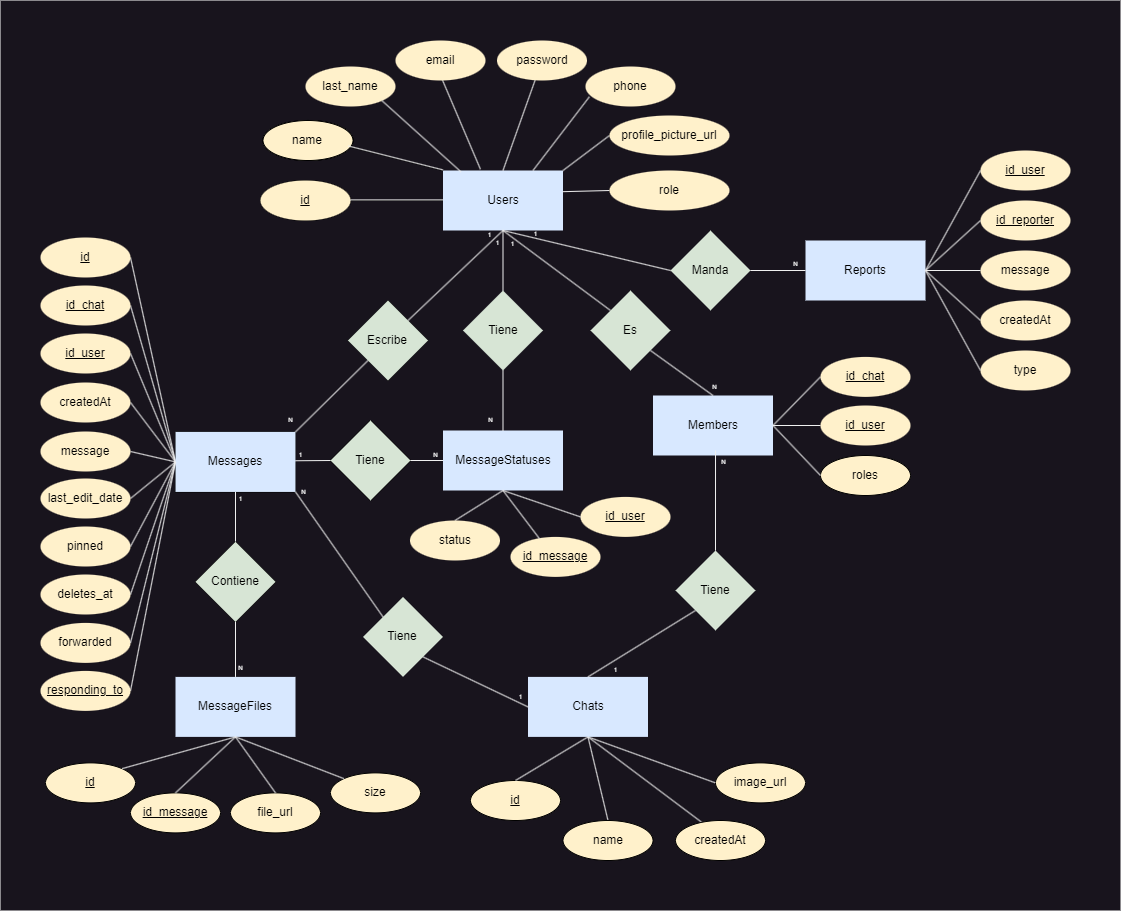
benjahuenchunir/React_Madrid_backend keeps this draw.io diagram as assets/ER-Model.png. Above is the earlier version. Source tidied: cells renumbered, new cells last; positions are measured from the earlier drawing's top-left corner, leaving out a move shared by most shapes.
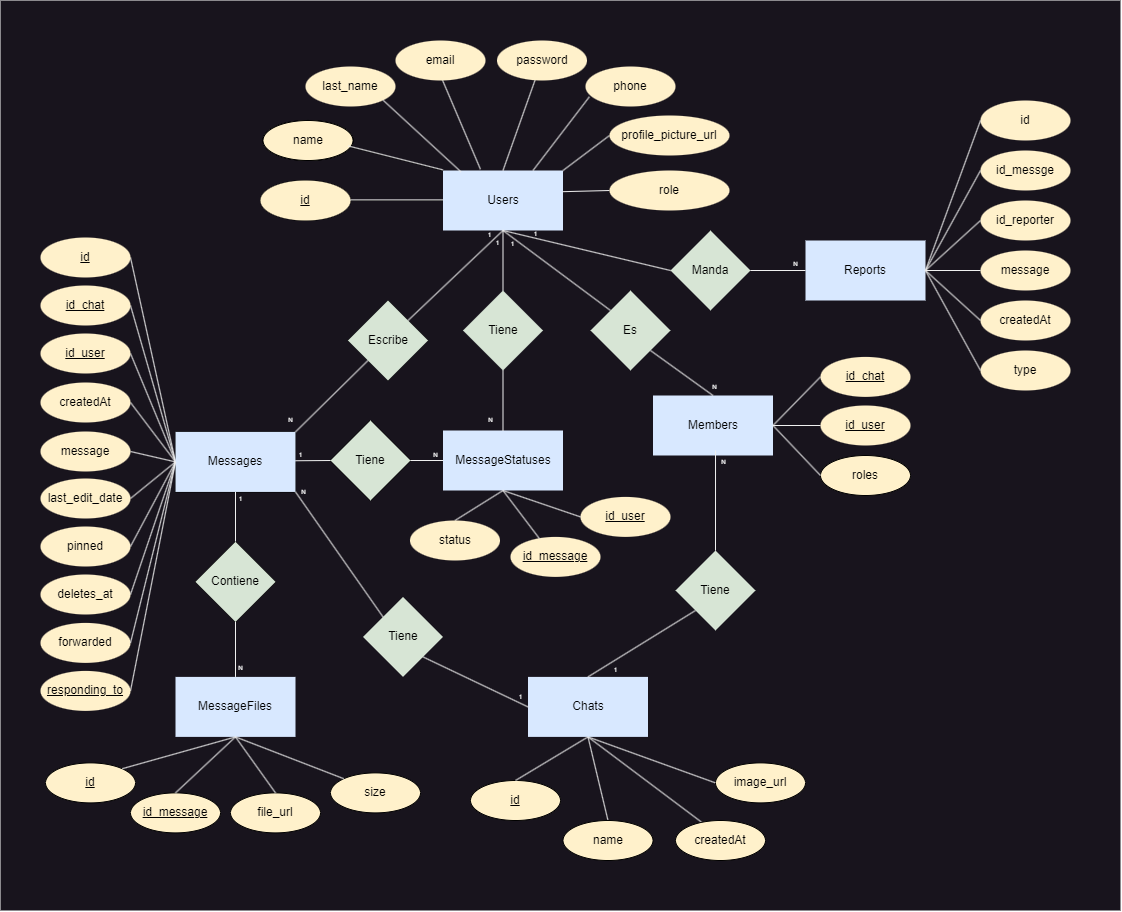
Above is the later version.

The edit, as a diff of the source:
```diff
@@ -203,10 +203,10 @@
     <mxCell id="68" value="message" style="ellipse;whiteSpace=wrap;html=1;fontColor=#000000;fillColor=#FFF1CB;strokeColor=none;" parent="1" vertex="1">
       <mxGeometry x="980" y="250" width="90" height="40" as="geometry" />
     </mxCell>
-    <mxCell id="69" value="&lt;u&gt;id_user&lt;/u&gt;" style="ellipse;whiteSpace=wrap;html=1;fontColor=#000000;fillColor=#FFF1CB;strokeColor=none;" parent="1" vertex="1">
+    <mxCell id="69" value="&lt;span&gt;id_messge&lt;/span&gt;" style="ellipse;whiteSpace=wrap;html=1;fontColor=#000000;fillColor=#FFF1CB;strokeColor=none;fontStyle=0;" parent="1" vertex="1">
       <mxGeometry x="980" y="150" width="90" height="40" as="geometry" />
     </mxCell>
-    <mxCell id="70" value="&lt;u&gt;id_reporter&lt;/u&gt;" style="ellipse;whiteSpace=wrap;html=1;fontColor=#000000;fillColor=#FFF1CB;strokeColor=none;" parent="1" vertex="1">
+    <mxCell id="70" value="&lt;span&gt;id_reporter&lt;/span&gt;" style="ellipse;whiteSpace=wrap;html=1;fontColor=#000000;fillColor=#FFF1CB;strokeColor=none;fontStyle=0;" parent="1" vertex="1">
       <mxGeometry x="980" y="200" width="90" height="40" as="geometry" />
     </mxCell>
     <mxCell id="71" value="createdAt" style="ellipse;whiteSpace=wrap;html=1;fontColor=#000000;fillColor=#FFF1CB;strokeColor=none;" parent="1" vertex="1">
@@ -403,5 +403,11 @@
     <mxCell id="132" style="rounded=0;jettySize=auto;html=1;exitX=0;exitY=0.5;exitDx=0;exitDy=0;entryX=1;entryY=0.5;entryDx=0;entryDy=0;strokeColor=#F0F0F0;endArrow=none;endFill=0;fontColor=#000000;" parent="1" edge="1" source="117" target="130">
       <mxGeometry relative="1" as="geometry" />
     </mxCell>
+    <mxCell id="133" value="&lt;span&gt;id&lt;/span&gt;" style="ellipse;whiteSpace=wrap;html=1;fontColor=#000000;fillColor=#FFF1CB;strokeColor=none;fontStyle=0;" parent="1" vertex="1">
+      <mxGeometry x="980" y="100" width="90" height="40" as="geometry" />
+    </mxCell>
+    <mxCell id="134" style="endArrow=none;html=1;rounded=0;exitX=0;exitY=0.5;exitDx=0;exitDy=0;fontColor=#000000;strokeColor=#F0F0F0;entryX=1;entryY=0.5;entryDx=0;entryDy=0;" parent="1" edge="1" source="133" target="66">
+      <mxGeometry relative="1" as="geometry" />
+    </mxCell>
   </root>
 </mxGraphModel>
```
